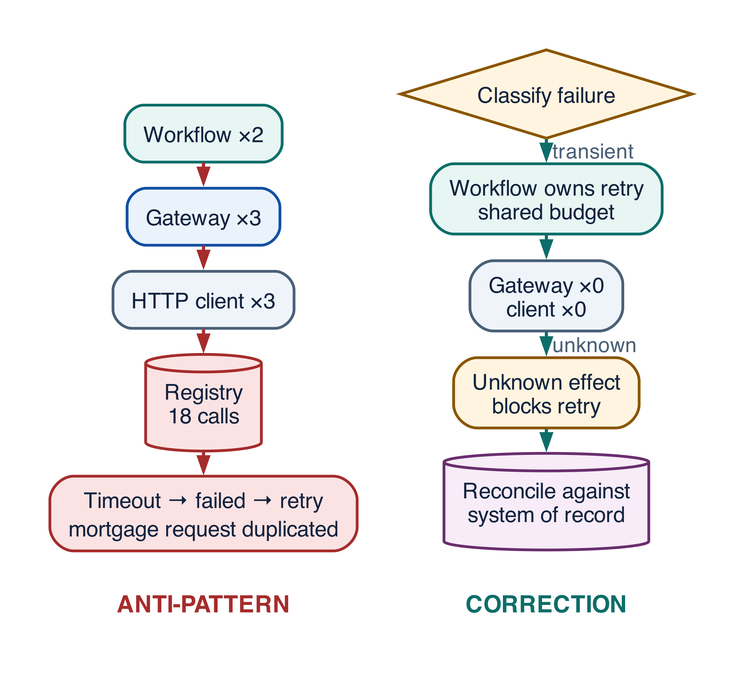
Before: assets/diagrams/anti-retry-storm.png, a diagram exported from Graphviz (rrahimi-uci/building-enterprise-general-intelligence). Its source is kept beside it as assets/diagrams/src/anti-retry-storm.gv.
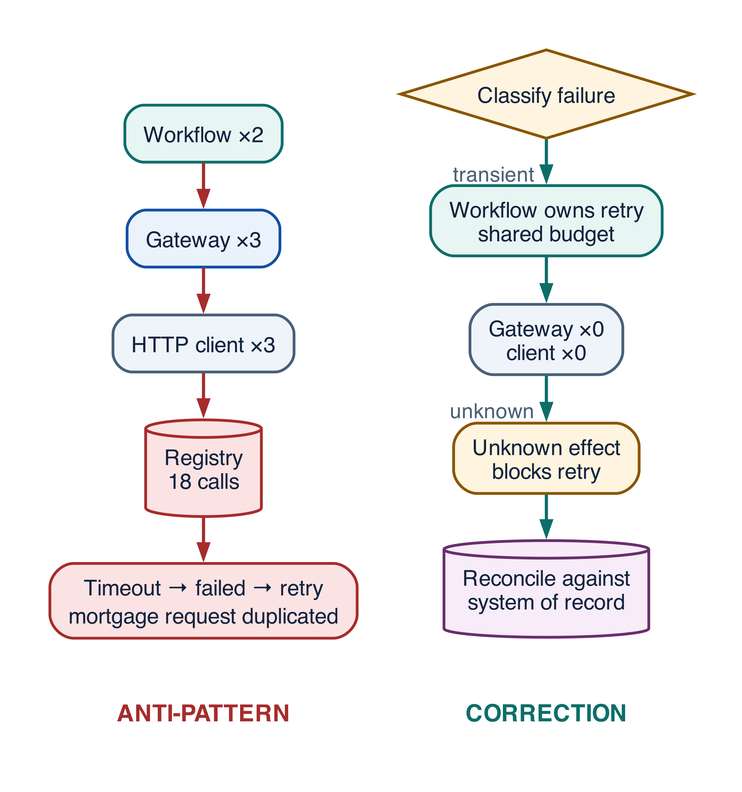
The same file after the commit.

What changed in the source:
```diff
@@ -1,6 +1,6 @@
 digraph anti_retry_storm {
   rankdir = LR
-  graph [ranksep=0.30, nodesep=0.18]
+  graph [ranksep=0.30, nodesep=0.34]
   node [shape=box, style="filled,rounded", penwidth=1.4, fontsize=11,
         margin="0.13,0.08", height=0.40]
   edge [arrowsize=0.7, penwidth=1.6]
@@ -25,9 +25,9 @@
   b2 -> b3 [color="#A62C2C", constraint=false]
   b3 -> b4 [color="#A62C2C", constraint=false]
   b4 -> b5 [color="#A62C2C", constraint=false]
-  g1 -> g2 [color="#0D6E69", constraint=false, xlabel=" transient"]
+  g1 -> g2 [color="#0D6E69", constraint=false, xlabel="  transient  "]
   g2 -> g3 [color="#0D6E69", constraint=false]
-  g3 -> g4 [color="#0D6E69", constraint=false, xlabel=" unknown"]
+  g3 -> g4 [color="#0D6E69", constraint=false, xlabel="  unknown  "]
   g4 -> g5 [color="#0D6E69", constraint=false]
 
   { rank=same; b1; b2; b3; b4; b5; bad }
```
